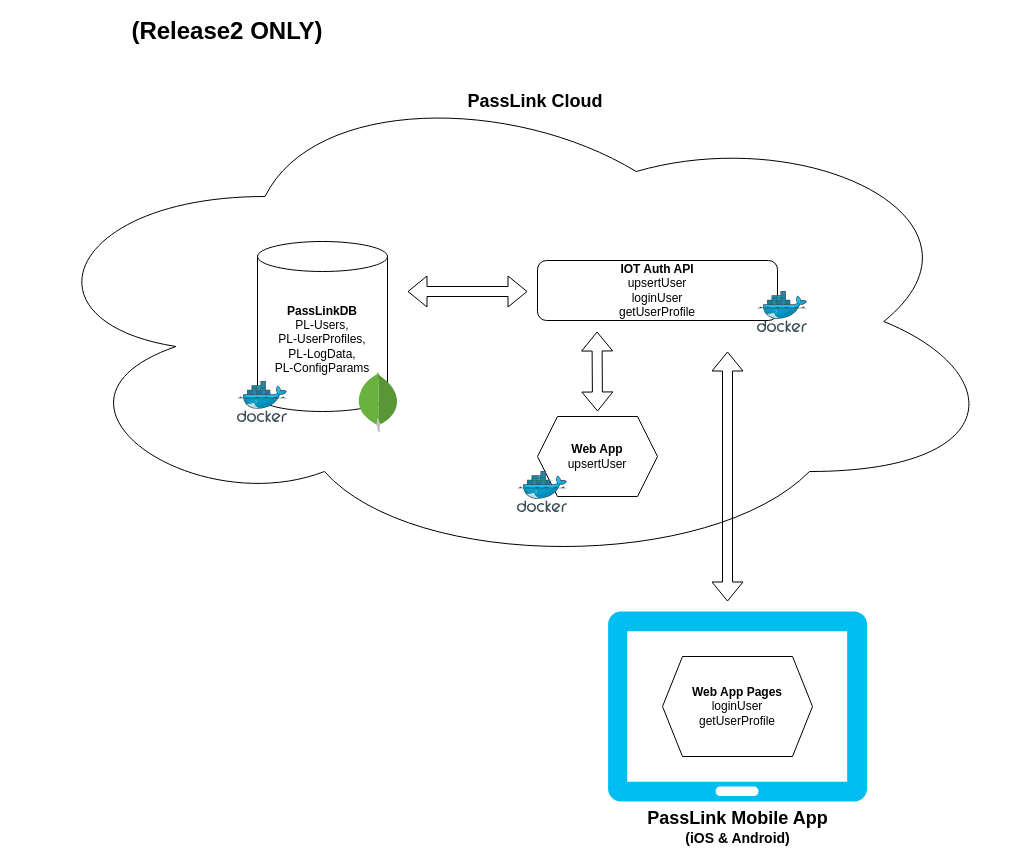
The draw.io diagram Source/_meta_scripts/_docs/API-diagram.drawio in saurabhBayer/BRD_GxP_SilverlightNext, before the edit. Source tidied: cells renumbered, new cells numbered last; positions are measured from the earlier drawing's top-left corner, leaving out a move shared by most shapes. Both pictures are drawn from the tidied source at 100%, with x=0, y=0 at pixel (17, 21).
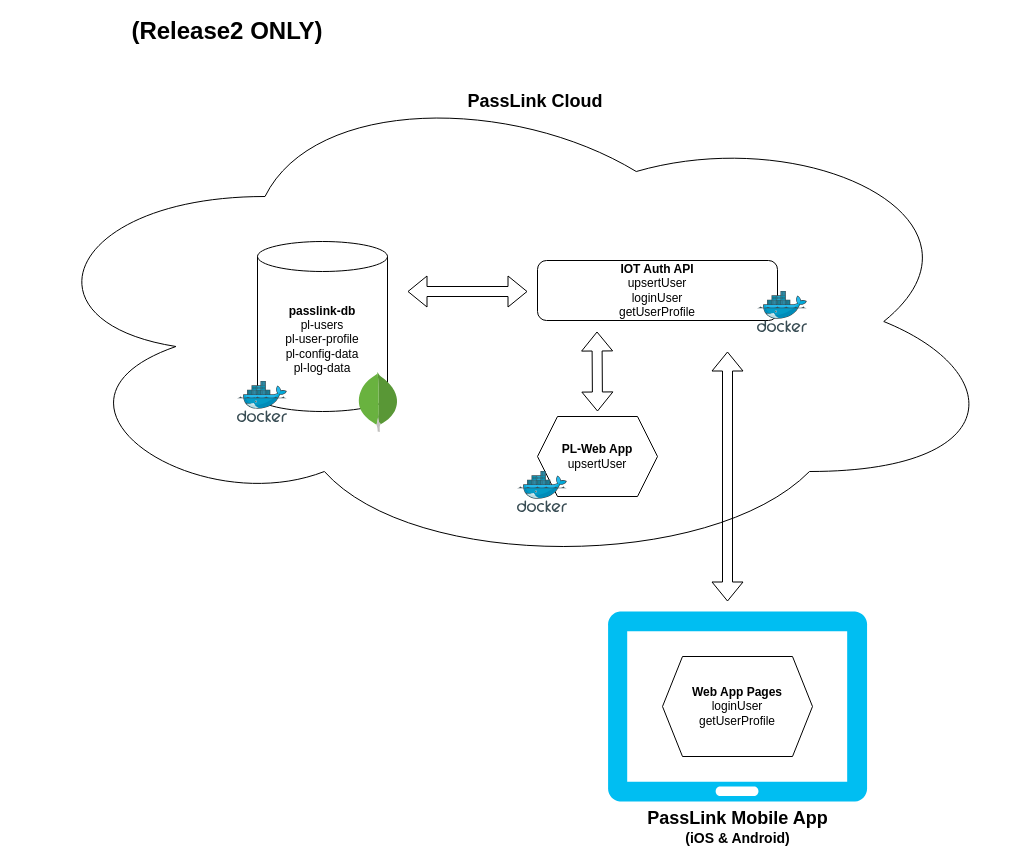
Above is the later version.

The edit, as a diff of the source:
```diff
@@
 <mxGraphModel>
   <root>
     <mxCell id="0" />
     <mxCell id="1" parent="0" />
     <mxCell id="2" style="ellipse;shape=cloud;whiteSpace=wrap;html=1;" parent="1" vertex="1">
       <mxGeometry y="50" width="990" height="500" as="geometry" />
     </mxCell>
     <mxCell id="3" value="&lt;b&gt;IOT Auth API&lt;/b&gt;&lt;br&gt;upsertUser&lt;br&gt;loginUser&lt;br&gt;getUserProfile" style="rounded=1;whiteSpace=wrap;html=1;" parent="1" vertex="1">
       <mxGeometry x="520" y="239" width="240" height="60" as="geometry" />
     </mxCell>
-    <mxCell id="4" value="&lt;b&gt;PassLinkDB&lt;/b&gt;&lt;br&gt;PL-Users,&lt;br&gt;PL-UserProfiles,&lt;br&gt;PL-LogData,&lt;br&gt;PL-ConfigParams" style="shape=cylinder3;whiteSpace=wrap;html=1;boundedLbl=1;backgroundOutline=1;size=15;" parent="1" vertex="1">
+    <mxCell id="4" value="&lt;b&gt;passlink-db&lt;br&gt;&lt;/b&gt;pl-users&lt;br&gt;pl-user-profile&lt;br&gt;pl-config-data&lt;br&gt;pl-log-data" style="shape=cylinder3;whiteSpace=wrap;html=1;boundedLbl=1;backgroundOutline=1;size=15;" parent="1" vertex="1">
       <mxGeometry x="240" y="220" width="130" height="170" as="geometry" />
     </mxCell>
     <mxCell id="5" style="shape=flexArrow;endArrow=classic;startArrow=classic;html=1;" parent="1" edge="1">
       <mxGeometry relative="1" as="geometry">
         <mxPoint x="390" y="270" as="sourcePoint" />
         <mxPoint x="510" y="270" as="targetPoint" />
       </mxGeometry>
     </mxCell>
     <mxCell id="6" value="&lt;b&gt;&lt;font style=&quot;font-size: 18px&quot;&gt;PassLink Cloud&amp;nbsp;&lt;/font&gt;&lt;/b&gt;" style="text;html=1;align=center;verticalAlign=middle;" parent="1" vertex="1">
       <mxGeometry x="440" y="70" width="160" height="20" as="geometry" />
     </mxCell>
     <mxCell id="7" style="html=1;align=center;image;fontSize=12;image=img/lib/mscae/Docker.svg;" parent="1" vertex="1">
       <mxGeometry x="220" y="360" width="50" height="41" as="geometry" />
     </mxCell>
     <mxCell id="8" style="html=1;align=center;image;fontSize=12;image=img/lib/mscae/Docker.svg;" parent="1" vertex="1">
       <mxGeometry x="740" y="270" width="50" height="41" as="geometry" />
     </mxCell>
     <mxCell id="9" style="dashed=0;html=1;align=center;labelPosition=center;verticalLabelPosition=bottom;verticalAlign=top;shape=mxgraph.weblogos.mongodb;" parent="1" vertex="1">
       <mxGeometry x="340" y="350.5" width="41.2" height="60" as="geometry" />
     </mxCell>
     <mxCell id="10" style="shape=flexArrow;endArrow=classic;startArrow=classic;html=1;" parent="1" edge="1">
       <mxGeometry relative="1" as="geometry">
         <mxPoint x="710" y="580" as="sourcePoint" />
         <mxPoint x="710" y="330" as="targetPoint" />
       </mxGeometry>
     </mxCell>
     <mxCell id="11" value="&lt;b&gt;&lt;font style=&quot;font-size: 24px&quot;&gt;(Release2 ONLY)&lt;/font&gt;&lt;/b&gt;" style="text;html=1;strokeColor=none;fillColor=none;align=center;verticalAlign=middle;whiteSpace=wrap;rounded=0;" parent="1" vertex="1">
       <mxGeometry x="80" width="260" height="20" as="geometry" />
     </mxCell>
-    <mxCell id="12" value="&lt;b&gt;Web App&lt;/b&gt;&lt;br&gt;upsertUser" style="shape=hexagon;perimeter=hexagonPerimeter2;whiteSpace=wrap;html=1;fixedSize=1;" parent="1" vertex="1">
+    <mxCell id="12" value="&lt;b&gt;PL-Web App&lt;/b&gt;&lt;br&gt;upsertUser" style="shape=hexagon;perimeter=hexagonPerimeter2;whiteSpace=wrap;html=1;fixedSize=1;" parent="1" vertex="1">
       <mxGeometry x="520" y="395" width="120" height="80" as="geometry" />
     </mxCell>
     <mxCell id="13" style="shape=flexArrow;endArrow=classic;startArrow=classic;html=1;" parent="1" edge="1">
       <mxGeometry relative="1" as="geometry">
         <mxPoint x="580" y="390" as="sourcePoint" />
         <mxPoint x="579.5" y="310" as="targetPoint" />
       </mxGeometry>
     </mxCell>
     <mxCell id="14" style="html=1;align=center;image;fontSize=12;image=img/lib/mscae/Docker.svg;" parent="1" vertex="1">
       <mxGeometry x="500" y="450" width="50" height="41" as="geometry" />
     </mxCell>
     <mxCell id="15" value="&lt;font&gt;&lt;b&gt;&lt;span style=&quot;font-size: 18px&quot;&gt;PassLink Mobile App&lt;/span&gt;&lt;br&gt;&lt;font style=&quot;font-size: 14px&quot;&gt;(iOS &amp;amp; Android)&lt;/font&gt;&lt;br&gt;&lt;/b&gt;&lt;/font&gt;" style="verticalLabelPosition=bottom;html=1;verticalAlign=top;align=center;strokeColor=none;fillColor=#00BEF2;shape=mxgraph.azure.tablet;" parent="1" vertex="1">
       <mxGeometry x="590" y="590" width="260" height="190" as="geometry" />
     </mxCell>
     <mxCell id="16" value="&lt;b&gt;Web App Pages&lt;/b&gt;&lt;br&gt;loginUser&lt;br&gt;getUserProfile" style="shape=hexagon;perimeter=hexagonPerimeter2;whiteSpace=wrap;html=1;fixedSize=1;" parent="1" vertex="1">
       <mxGeometry x="645" y="635" width="150" height="100" as="geometry" />
     </mxCell>
   </root>
 </mxGraphModel>
```
